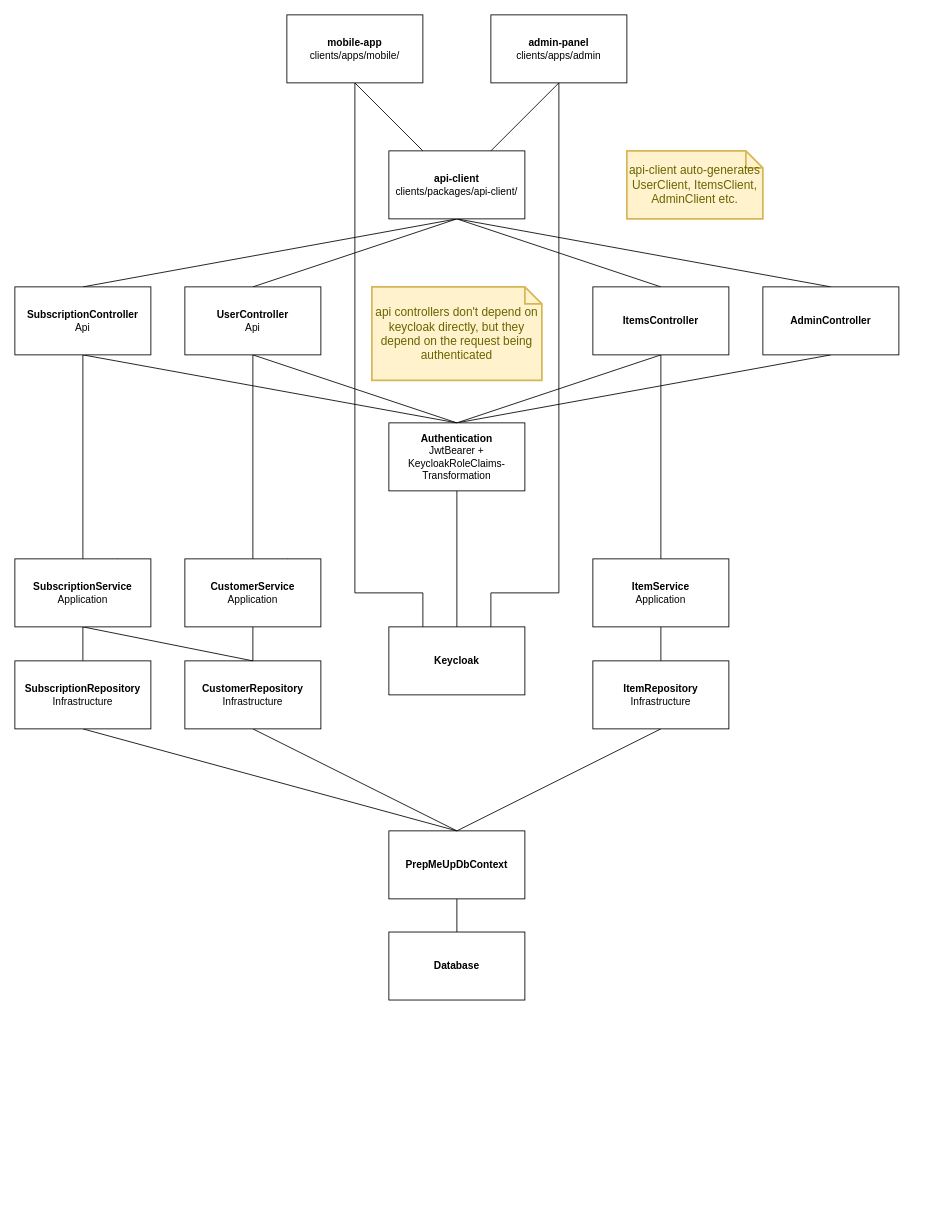
Mosekjaer/prepmeup keeps this draw.io diagram as docs/assets/drawio/dependency-tree.drawio. Above is the earlier version. Source tidied: cells renumbered, new cells numbered last; positions are measured from the earlier drawing's top-left corner, leaving out a move shared by most shapes. Both pictures are drawn from the tidied source at 85%, with x=0, y=0 at pixel (14, 14).
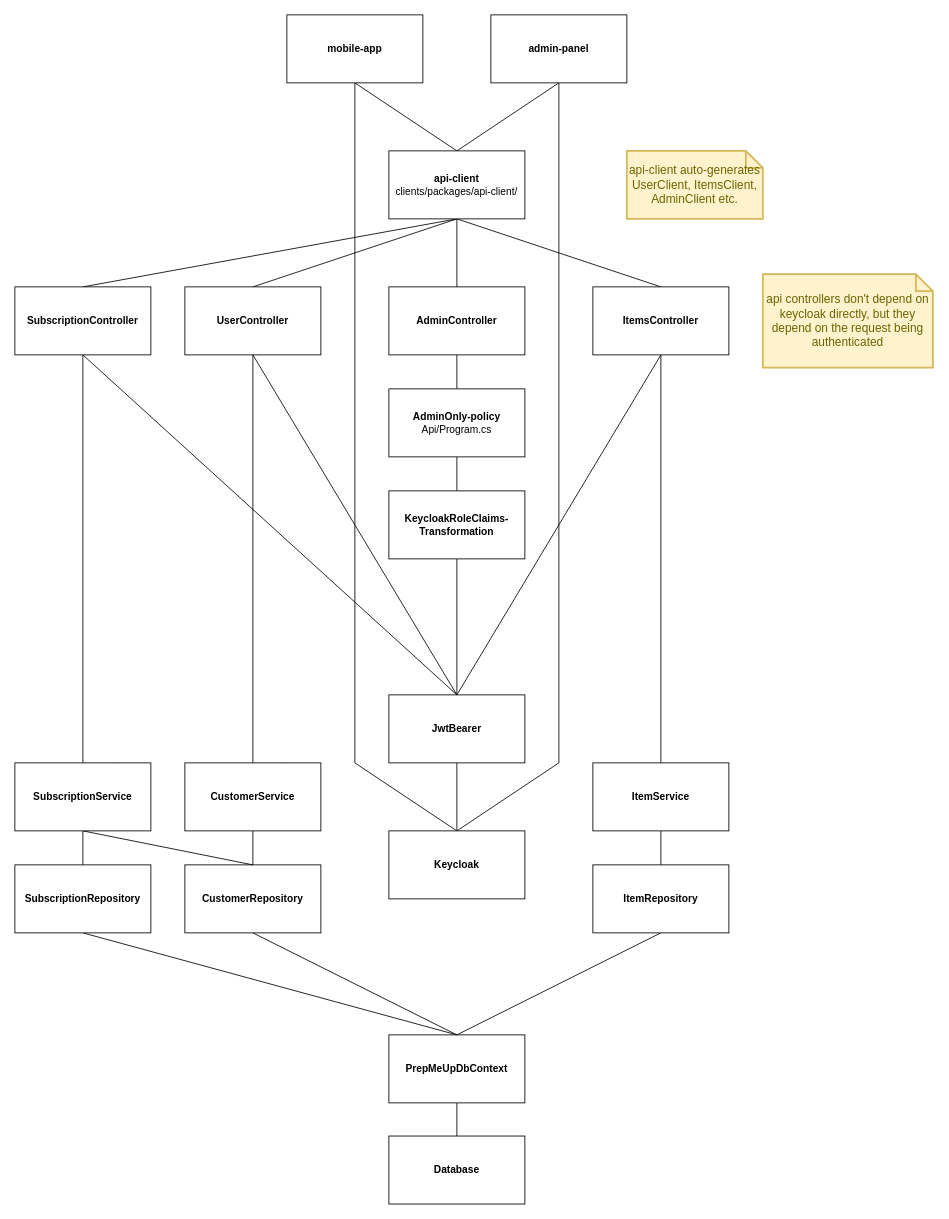
After the change.

Commit message (it also covers changes not shown here):
docs: ændringer i dependency tree

The change refers to these unchanged cells:
```xml
<mxCell id="12" value="&lt;b&gt;api-client&lt;/b&gt;&lt;br&gt;&lt;div&gt;clients/packages/api-client/&lt;/div&gt;" style="html=1;whiteSpace=wrap;" parent="1" vertex="1">
  <mxGeometry x="440" y="160" width="160" height="80" as="geometry" />
</mxCell>
```

The edit, as a diff of the source:
```diff
@@
-    <mxCell id="2" style="rounded=0;jettySize=auto;html=1;exitX=0.5;exitY=1;exitDx=0;exitDy=0;defaultLabelBackgroundColor=page;endArrow=none;endFill=0;" parent="1" edge="1" source="4" target="12">
+    <mxCell id="2" style="rounded=0;jettySize=auto;html=1;exitX=0.5;exitY=1;exitDx=0;exitDy=0;defaultLabelBackgroundColor=page;endArrow=none;endFill=0;entryX=0.5;entryY=0;entryDx=0;entryDy=0;" parent="1" edge="1" source="4" target="12">
       <mxGeometry relative="1" as="geometry" />
     </mxCell>
-    <mxCell id="3" style="edgeStyle=orthogonalEdgeStyle;rounded=0;jettySize=auto;html=1;exitX=0.5;exitY=1;exitDx=0;exitDy=0;entryX=0.25;entryY=0;entryDx=0;entryDy=0;defaultLabelBackgroundColor=page;endArrow=none;endFill=0;" parent="1" edge="1" source="4" target="22">
+    <mxCell id="3" style="rounded=0;jettySize=auto;html=1;exitX=0.5;exitY=1;exitDx=0;exitDy=0;entryX=0.5;entryY=0;entryDx=0;entryDy=0;defaultLabelBackgroundColor=page;endArrow=none;endFill=0;" parent="1" edge="1" source="4" target="22">
       <mxGeometry relative="1" as="geometry">
         <Array as="points">
-          <mxPoint x="400" y="680" />
-          <mxPoint x="480" y="680" />
+          <mxPoint x="400" y="880" />
         </Array>
       </mxGeometry>
     </mxCell>
-    <mxCell id="4" value="&lt;b&gt;mobile-app&lt;/b&gt;&lt;div&gt;clients/apps/mobile/&lt;/div&gt;" style="html=1;whiteSpace=wrap;" parent="1" vertex="1">
+    <mxCell id="4" value="&lt;b&gt;mobile-app&lt;/b&gt;" style="html=1;whiteSpace=wrap;" parent="1" vertex="1">
       <mxGeometry x="320" width="160" height="80" as="geometry" />
     </mxCell>
-    <mxCell id="5" style="rounded=0;jettySize=auto;html=1;exitX=0.5;exitY=1;exitDx=0;exitDy=0;defaultLabelBackgroundColor=page;endArrow=none;endFill=0;" parent="1" edge="1" source="7" target="12">
+    <mxCell id="5" style="rounded=0;jettySize=auto;html=1;exitX=0.5;exitY=1;exitDx=0;exitDy=0;defaultLabelBackgroundColor=page;endArrow=none;endFill=0;entryX=0.5;entryY=0;entryDx=0;entryDy=0;" parent="1" edge="1" source="7" target="12">
       <mxGeometry relative="1" as="geometry" />
     </mxCell>
-    <mxCell id="6" style="edgeStyle=orthogonalEdgeStyle;rounded=0;jettySize=auto;html=1;exitX=0.5;exitY=1;exitDx=0;exitDy=0;entryX=0.75;entryY=0;entryDx=0;entryDy=0;defaultLabelBackgroundColor=page;endArrow=none;endFill=0;" parent="1" edge="1" source="7" target="22">
-      <mxGeometry relative="1" as="geometry">
+    <mxCell id="6" style="rounded=0;jettySize=auto;html=1;exitX=0.5;exitY=1;exitDx=0;exitDy=0;defaultLabelBackgroundColor=page;endArrow=none;endFill=0;entryX=0.5;entryY=0;entryDx=0;entryDy=0;" parent="1" edge="1" source="7" target="22">
+      <mxGeometry x="-0.03" relative="1" as="geometry">
         <Array as="points">
-          <mxPoint x="640" y="680" />
-          <mxPoint x="560" y="680" />
+          <mxPoint x="640" y="880" />
         </Array>
       </mxGeometry>
     </mxCell>
-    <mxCell id="7" value="&lt;b&gt;admin-panel&lt;/b&gt;&lt;div&gt;clients/apps/admin&lt;/div&gt;" style="html=1;whiteSpace=wrap;" parent="1" vertex="1">
+    <mxCell id="7" value="&lt;b&gt;admin-panel&lt;/b&gt;" style="html=1;whiteSpace=wrap;" parent="1" vertex="1">
       <mxGeometry x="560" width="160" height="80" as="geometry" />
     </mxCell>
@@
-    <mxCell id="13" style="rounded=0;jettySize=auto;html=1;exitX=0.5;exitY=1;exitDx=0;exitDy=0;entryX=0.5;entryY=0;entryDx=0;entryDy=0;defaultLabelBackgroundColor=page;endArrow=none;endFill=0;" parent="1" edge="1" source="14" target="24">
-      <mxGeometry relative="1" as="geometry" />
-    </mxCell>
+    <mxCell id="47" style="edgeStyle=orthogonalEdgeStyle;rounded=0;jettySize=auto;html=1;exitX=0.5;exitY=1;exitDx=0;exitDy=0;entryX=0.5;entryY=0;entryDx=0;entryDy=0;defaultLabelBackgroundColor=page;endArrow=none;endFill=0;" parent="1" edge="1" source="14" target="49">
+      <mxGeometry relative="1" as="geometry" />
+    </mxCell>
     <mxCell id="14" value="&lt;b&gt;AdminController&lt;/b&gt;" style="html=1;whiteSpace=wrap;" parent="1" vertex="1">
-      <mxGeometry x="880" y="320" width="160" height="80" as="geometry" />
+      <mxGeometry x="440" y="320" width="160" height="80" as="geometry" />
     </mxCell>
@@
-    <mxCell id="18" style="rounded=0;jettySize=auto;html=1;exitX=0.5;exitY=1;exitDx=0;exitDy=0;defaultLabelBackgroundColor=page;endArrow=none;endFill=0;" parent="1" edge="1" source="21" target="35">
-      <mxGeometry relative="1" as="geometry" />
-    </mxCell>
@@
+    <mxCell id="18" style="edgeStyle=orthogonalEdgeStyle;rounded=0;jettySize=auto;html=1;exitX=0.5;exitY=1;exitDx=0;exitDy=0;entryX=0.5;entryY=0;entryDx=0;entryDy=0;defaultLabelBackgroundColor=page;endArrow=none;endFill=0;" parent="1" edge="1" source="21" target="35">
+      <mxGeometry relative="1" as="geometry" />
+    </mxCell>
-    <mxCell id="21" value="&lt;b&gt;UserController&lt;/b&gt;&lt;div&gt;Api&lt;/div&gt;" style="html=1;whiteSpace=wrap;" parent="1" vertex="1">
+    <mxCell id="21" value="&lt;b&gt;UserController&lt;/b&gt;" style="html=1;whiteSpace=wrap;" parent="1" vertex="1">
       <mxGeometry x="200" y="320" width="160" height="80" as="geometry" />
     </mxCell>
     <mxCell id="22" value="&lt;b&gt;Keycloak&lt;/b&gt;" style="html=1;whiteSpace=wrap;" parent="1" vertex="1">
-      <mxGeometry x="440" y="720" width="160" height="80" as="geometry" />
+      <mxGeometry x="440" y="960" width="160" height="80" as="geometry" />
     </mxCell>
@@
-    <mxCell id="24" value="&lt;b&gt;Authentication&lt;/b&gt;&lt;div&gt;JwtBearer + KeycloakRoleClaims-Transformation&lt;/div&gt;" style="html=1;whiteSpace=wrap;" parent="1" vertex="1">
-      <mxGeometry x="440" y="480" width="160" height="80" as="geometry" />
+    <mxCell id="24" value="&lt;b&gt;JwtBearer&lt;/b&gt;" style="html=1;whiteSpace=wrap;" parent="1" vertex="1">
+      <mxGeometry x="440" y="800" width="160" height="80" as="geometry" />
     </mxCell>
@@
-    <mxCell id="26" value="&lt;b&gt;CustomerRepository&lt;/b&gt;&lt;div&gt;Infrastructure&lt;/div&gt;" style="html=1;whiteSpace=wrap;" parent="1" vertex="1">
-      <mxGeometry x="200" y="760" width="160" height="80" as="geometry" />
+    <mxCell id="26" value="&lt;b&gt;CustomerRepository&lt;/b&gt;" style="html=1;whiteSpace=wrap;" parent="1" vertex="1">
+      <mxGeometry x="200" y="1000" width="160" height="80" as="geometry" />
     </mxCell>
@@
     <mxCell id="28" value="&lt;b&gt;PrepMeUpDbContext&lt;/b&gt;" style="html=1;whiteSpace=wrap;" parent="1" vertex="1">
-      <mxGeometry x="440" y="960" width="160" height="80" as="geometry" />
+      <mxGeometry x="440" y="1200" width="160" height="80" as="geometry" />
     </mxCell>
     <mxCell id="29" value="&lt;b&gt;Database&lt;/b&gt;" style="html=1;whiteSpace=wrap;" parent="1" vertex="1">
-      <mxGeometry x="440" y="1079" width="160" height="80" as="geometry" />
+      <mxGeometry x="440" y="1319" width="160" height="80" as="geometry" />
     </mxCell>
@@
-    <mxCell id="31" value="&lt;b&gt;ItemService&lt;/b&gt;&lt;div&gt;Application&lt;/div&gt;" style="html=1;whiteSpace=wrap;" parent="1" vertex="1">
-      <mxGeometry x="680" y="640" width="160" height="80" as="geometry" />
+    <mxCell id="31" value="&lt;b&gt;ItemService&lt;/b&gt;" style="html=1;whiteSpace=wrap;" parent="1" vertex="1">
+      <mxGeometry x="680" y="880" width="160" height="80" as="geometry" />
     </mxCell>
@@
-    <mxCell id="33" value="&lt;b&gt;ItemRepository&lt;/b&gt;&lt;div&gt;Infrastructure&lt;/div&gt;" style="html=1;whiteSpace=wrap;" parent="1" vertex="1">
-      <mxGeometry x="680" y="760" width="160" height="80" as="geometry" />
+    <mxCell id="33" value="&lt;b&gt;ItemRepository&lt;/b&gt;" style="html=1;whiteSpace=wrap;" parent="1" vertex="1">
+      <mxGeometry x="680" y="1000" width="160" height="80" as="geometry" />
     </mxCell>
     <mxCell id="34" style="rounded=0;jettySize=auto;html=1;exitX=0.5;exitY=1;exitDx=0;exitDy=0;defaultLabelBackgroundColor=page;endArrow=none;endFill=0;" parent="1" edge="1" target="35">
       <mxGeometry relative="1" as="geometry">
-        <mxPoint x="320" y="641" as="sourcePoint" />
+        <mxPoint x="320" y="881" as="sourcePoint" />
       </mxGeometry>
     </mxCell>
-    <mxCell id="35" value="&lt;b&gt;CustomerService&lt;/b&gt;&lt;div&gt;Application&lt;/div&gt;" style="html=1;whiteSpace=wrap;" parent="1" vertex="1">
-      <mxGeometry x="200" y="640" width="160" height="80" as="geometry" />
+    <mxCell id="35" value="&lt;b&gt;CustomerService&lt;/b&gt;" style="html=1;whiteSpace=wrap;" parent="1" vertex="1">
+      <mxGeometry x="200" y="880" width="160" height="80" as="geometry" />
     </mxCell>
@@
     <mxCell id="37" value="api controllers don't depend on keycloak directly, but they depend on the request being authenticated" style="shape=note;strokeWidth=2;fontSize=14;size=20;whiteSpace=wrap;html=1;fillColor=#fff2cc;strokeColor=#d6b656;fontColor=#666600;" parent="1" vertex="1">
-      <mxGeometry x="420" y="320" width="200" height="110" as="geometry" />
+      <mxGeometry x="880" y="305" width="200" height="110" as="geometry" />
     </mxCell>
@@
-    <mxCell id="41" value="&lt;b&gt;SubscriptionController&lt;/b&gt;&lt;div&gt;Api&lt;/div&gt;" style="html=1;whiteSpace=wrap;" parent="1" vertex="1">
+    <mxCell id="41" value="&lt;b&gt;SubscriptionController&lt;/b&gt;" style="html=1;whiteSpace=wrap;" parent="1" vertex="1">
       <mxGeometry y="320" width="160" height="80" as="geometry" />
     </mxCell>
@@
-    <mxCell id="43" value="&lt;b&gt;SubscriptionRepository&lt;/b&gt;&lt;div&gt;Infrastructure&lt;/div&gt;" style="html=1;whiteSpace=wrap;" parent="1" vertex="1">
-      <mxGeometry y="760" width="160" height="80" as="geometry" />
+    <mxCell id="43" value="&lt;b&gt;SubscriptionRepository&lt;/b&gt;" style="html=1;whiteSpace=wrap;" parent="1" vertex="1">
+      <mxGeometry y="1000" width="160" height="80" as="geometry" />
     </mxCell>
     <mxCell id="44" style="rounded=0;jettySize=auto;html=1;exitX=0.5;exitY=1;exitDx=0;exitDy=0;defaultLabelBackgroundColor=page;endArrow=none;endFill=0;" parent="1" edge="1" target="46">
       <mxGeometry relative="1" as="geometry">
-        <mxPoint x="120" y="641" as="sourcePoint" />
+        <mxPoint x="120" y="881" as="sourcePoint" />
       </mxGeometry>
     </mxCell>
@@
-    <mxCell id="46" value="&lt;b&gt;SubscriptionService&lt;/b&gt;&lt;div&gt;Application&lt;/div&gt;" style="html=1;whiteSpace=wrap;" parent="1" vertex="1">
-      <mxGeometry y="640" width="160" height="80" as="geometry" />
+    <mxCell id="46" value="&lt;b&gt;SubscriptionService&lt;/b&gt;" style="html=1;whiteSpace=wrap;" parent="1" vertex="1">
+      <mxGeometry y="880" width="160" height="80" as="geometry" />
     </mxCell>
+    <mxCell id="48" style="edgeStyle=orthogonalEdgeStyle;rounded=0;jettySize=auto;html=1;exitX=0.5;exitY=1;exitDx=0;exitDy=0;defaultLabelBackgroundColor=page;endArrow=none;endFill=0;" parent="1" edge="1" source="49" target="51">
+      <mxGeometry relative="1" as="geometry" />
+    </mxCell>
+    <mxCell id="49" value="&lt;b&gt;AdminOnly-policy&lt;/b&gt;&lt;div&gt;Api/Program.cs&lt;/div&gt;" style="html=1;whiteSpace=wrap;" parent="1" vertex="1">
+      <mxGeometry x="440" y="440" width="160" height="80" as="geometry" />
+    </mxCell>
+    <mxCell id="50" style="edgeStyle=orthogonalEdgeStyle;rounded=0;jettySize=auto;html=1;exitX=0.5;exitY=1;exitDx=0;exitDy=0;entryX=0.5;entryY=0;entryDx=0;entryDy=0;defaultLabelBackgroundColor=page;endArrow=none;endFill=0;" parent="1" edge="1" source="51" target="24">
+      <mxGeometry relative="1" as="geometry" />
+    </mxCell>
+    <mxCell id="51" value="&lt;b&gt;KeycloakRoleClaims-Transformation&lt;/b&gt;" style="html=1;whiteSpace=wrap;" parent="1" vertex="1">
+      <mxGeometry x="440" y="560" width="160" height="80" as="geometry" />
+    </mxCell>
```
